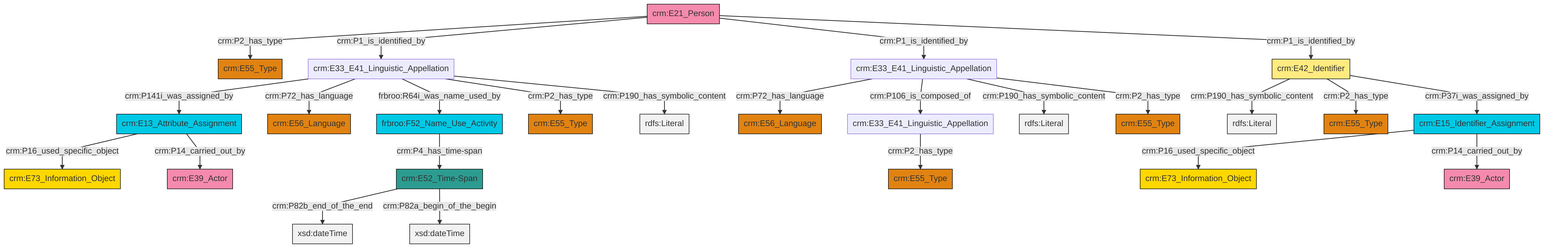
This is et/personCSV/ttl/mmd/png/Person_Names_and_Classification.png from swiss-art-research-net/reference-data-models, a Mermaid export, as it was before one commit. Its source is kept beside it as et/personCSV/ttl/mmd/Person_Names_and_Classification.ttl.mmd.
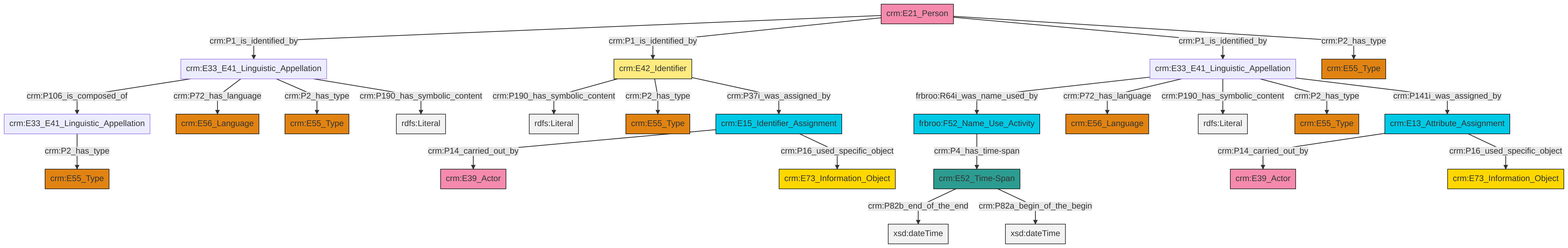
After the change.

Diff of the diagram source:
```diff
@@ -13,27 +13,27 @@
 classDef PC_Classes fill:#4ce600, stroke:#000000;
 classDef Multi fill:#cccccc,stroke:#000000;
 
-2["crm:E21_Person"]:::Actor -->|crm:P2_has_type| 3["crm:E55_Type"]:::Type
-4["crm:E33_E41_Linguistic_Appellation"]:::Default -->|crm:P141i_was_assigned_by| 5["crm:E13_Attribute_Assignment"]:::Temporal_Entity
-5["crm:E13_Attribute_Assignment"]:::Temporal_Entity -->|crm:P16_used_specific_object| 6["crm:E73_Information_Object"]:::Conceptual_Object
-13["crm:E33_E41_Linguistic_Appellation"]:::Default -->|crm:P72_has_language| 14["crm:E56_Language"]:::Type
-15["crm:E52_Time-Span"]:::Time-Span -->|crm:P82b_end_of_the_end| 16[xsd:dateTime]:::Literal
-19["crm:E15_Identifier_Assignment"]:::Temporal_Entity -->|crm:P16_used_specific_object| 0["crm:E73_Information_Object"]:::Conceptual_Object
-20["crm:E42_Identifier"]:::Appellation -->|crm:P190_has_symbolic_content| 21[rdfs:Literal]:::Literal
-20["crm:E42_Identifier"]:::Appellation -->|crm:P2_has_type| 22["crm:E55_Type"]:::Type
-15["crm:E52_Time-Span"]:::Time-Span -->|crm:P82a_begin_of_the_begin| 26[xsd:dateTime]:::Literal
-20["crm:E42_Identifier"]:::Appellation -->|crm:P37i_was_assigned_by| 19["crm:E15_Identifier_Assignment"]:::Temporal_Entity
-4["crm:E33_E41_Linguistic_Appellation"]:::Default -->|crm:P72_has_language| 9["crm:E56_Language"]:::Type
-28["crm:E33_E41_Linguistic_Appellation"]:::Default -->|crm:P2_has_type| 29["crm:E55_Type"]:::Type
-2["crm:E21_Person"]:::Actor -->|crm:P1_is_identified_by| 4["crm:E33_E41_Linguistic_Appellation"]:::Default
-5["crm:E13_Attribute_Assignment"]:::Temporal_Entity -->|crm:P14_carried_out_by| 11["crm:E39_Actor"]:::Actor
-4["crm:E33_E41_Linguistic_Appellation"]:::Default -->|frbroo:R64i_was_name_used_by| 7["frbroo:F52_Name_Use_Activity"]:::Temporal_Entity
-13["crm:E33_E41_Linguistic_Appellation"]:::Default -->|crm:P106_is_composed_of| 28["crm:E33_E41_Linguistic_Appellation"]:::Default
-2["crm:E21_Person"]:::Actor -->|crm:P1_is_identified_by| 13["crm:E33_E41_Linguistic_Appellation"]:::Default
-7["frbroo:F52_Name_Use_Activity"]:::Temporal_Entity -->|crm:P4_has_time-span| 15["crm:E52_Time-Span"]:::Time-Span
-4["crm:E33_E41_Linguistic_Appellation"]:::Default -->|crm:P2_has_type| 17["crm:E55_Type"]:::Type
-13["crm:E33_E41_Linguistic_Appellation"]:::Default -->|crm:P190_has_symbolic_content| 39[rdfs:Literal]:::Literal
-13["crm:E33_E41_Linguistic_Appellation"]:::Default -->|crm:P2_has_type| 23["crm:E55_Type"]:::Type
-19["crm:E15_Identifier_Assignment"]:::Temporal_Entity -->|crm:P14_carried_out_by| 30["crm:E39_Actor"]:::Actor
-4["crm:E33_E41_Linguistic_Appellation"]:::Default -->|crm:P190_has_symbolic_content| 44[rdfs:Literal]:::Literal
-2["crm:E21_Person"]:::Actor -->|crm:P1_is_identified_by| 20["crm:E42_Identifier"]:::Appellation
+2["crm:E52_Time-Span"]:::Time-Span -->|crm:P82b_end_of_the_end| 3[xsd:dateTime]:::Literal
+4["frbroo:F52_Name_Use_Activity"]:::Temporal_Entity -->|crm:P4_has_time-span| 2["crm:E52_Time-Span"]:::Time-Span
+5["crm:E13_Attribute_Assignment"]:::Temporal_Entity -->|crm:P14_carried_out_by| 0["crm:E39_Actor"]:::Actor
+18["crm:E33_E41_Linguistic_Appellation"]:::Default -->|crm:P2_has_type| 6["crm:E55_Type"]:::Type
+19["crm:E42_Identifier"]:::Appellation -->|crm:P190_has_symbolic_content| 20[rdfs:Literal]:::Literal
+21["crm:E21_Person"]:::Actor -->|crm:P1_is_identified_by| 22["crm:E33_E41_Linguistic_Appellation"]:::Default
+21["crm:E21_Person"]:::Actor -->|crm:P1_is_identified_by| 19["crm:E42_Identifier"]:::Appellation
+23["crm:E33_E41_Linguistic_Appellation"]:::Default -->|frbroo:R64i_was_name_used_by| 4["frbroo:F52_Name_Use_Activity"]:::Temporal_Entity
+22["crm:E33_E41_Linguistic_Appellation"]:::Default -->|crm:P106_is_composed_of| 18["crm:E33_E41_Linguistic_Appellation"]:::Default
+23["crm:E33_E41_Linguistic_Appellation"]:::Default -->|crm:P72_has_language| 25["crm:E56_Language"]:::Type
+19["crm:E42_Identifier"]:::Appellation -->|crm:P2_has_type| 26["crm:E55_Type"]:::Type
+10["crm:E15_Identifier_Assignment"]:::Temporal_Entity -->|crm:P14_carried_out_by| 12["crm:E39_Actor"]:::Actor
+21["crm:E21_Person"]:::Actor -->|crm:P1_is_identified_by| 23["crm:E33_E41_Linguistic_Appellation"]:::Default
+23["crm:E33_E41_Linguistic_Appellation"]:::Default -->|crm:P190_has_symbolic_content| 31[rdfs:Literal]:::Literal
+22["crm:E33_E41_Linguistic_Appellation"]:::Default -->|crm:P72_has_language| 33["crm:E56_Language"]:::Type
+23["crm:E33_E41_Linguistic_Appellation"]:::Default -->|crm:P2_has_type| 16["crm:E55_Type"]:::Type
+21["crm:E21_Person"]:::Actor -->|crm:P2_has_type| 8["crm:E55_Type"]:::Type
+19["crm:E42_Identifier"]:::Appellation -->|crm:P37i_was_assigned_by| 10["crm:E15_Identifier_Assignment"]:::Temporal_Entity
+22["crm:E33_E41_Linguistic_Appellation"]:::Default -->|crm:P2_has_type| 14["crm:E55_Type"]:::Type
+22["crm:E33_E41_Linguistic_Appellation"]:::Default -->|crm:P190_has_symbolic_content| 43[rdfs:Literal]:::Literal
+2["crm:E52_Time-Span"]:::Time-Span -->|crm:P82a_begin_of_the_begin| 44[xsd:dateTime]:::Literal
+23["crm:E33_E41_Linguistic_Appellation"]:::Default -->|crm:P141i_was_assigned_by| 5["crm:E13_Attribute_Assignment"]:::Temporal_Entity
+10["crm:E15_Identifier_Assignment"]:::Temporal_Entity -->|crm:P16_used_specific_object| 36["crm:E73_Information_Object"]:::Conceptual_Object
+5["crm:E13_Attribute_Assignment"]:::Temporal_Entity -->|crm:P16_used_specific_object| 28["crm:E73_Information_Object"]:::Conceptual_Object
```
